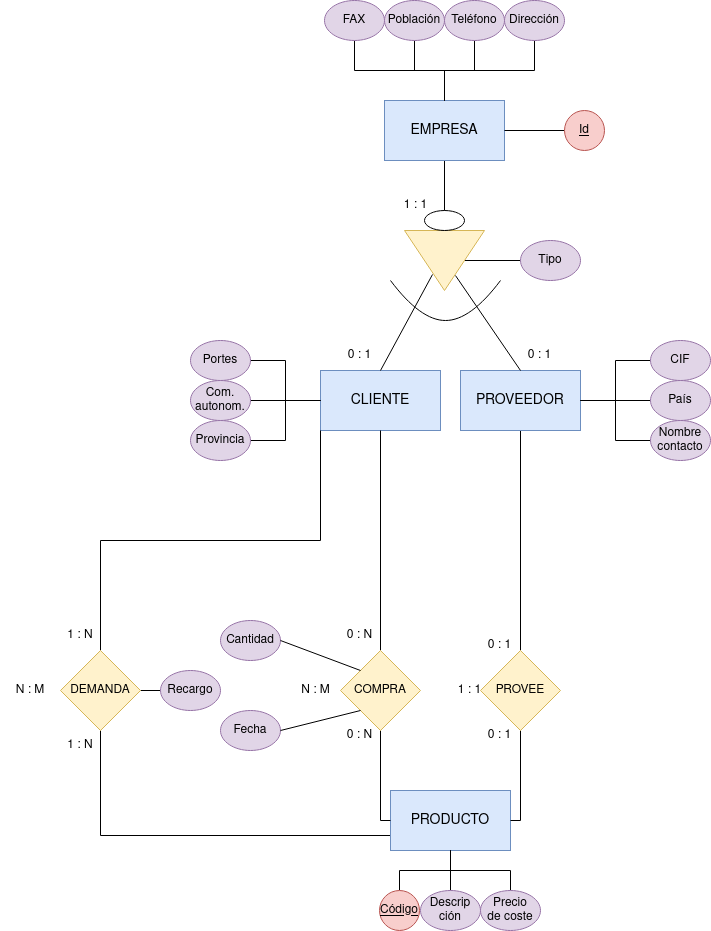
Earlier version of the draw.io export Unidad-2/Tareas-entregables/entregable-4/images/Tarea-entregable-4.png (IsaiasTolP/Base-Datos). Source tidied: cells renumbered, new cells last; positions are measured from the earlier drawing's top-left corner, leaving out a move shared by most shapes. The source it was exported from:
```xml
<mxGraphModel>
  <root>
    <mxCell id="0" />
    <mxCell id="1" parent="0" />
    <mxCell id="2" style="edgeStyle=orthogonalEdgeStyle;rounded=0;jettySize=auto;html=1;endArrow=none;endFill=0;" parent="1" edge="1" source="3" target="15">
      <mxGeometry relative="1" as="geometry" />
    </mxCell>
    <mxCell id="3" value="EMPRESA" style="rounded=0;whiteSpace=wrap;html=1;fontSize=14;fillColor=#dae8fc;strokeColor=#6c8ebf;" parent="1" vertex="1">
      <mxGeometry x="384" y="100" width="120" height="60" as="geometry" />
    </mxCell>
    <mxCell id="4" style="edgeStyle=orthogonalEdgeStyle;rounded=0;jettySize=auto;html=1;endArrow=none;endFill=0;" parent="1" edge="1" source="5" target="3">
      <mxGeometry relative="1" as="geometry" />
    </mxCell>
    <mxCell id="5" value="&lt;u&gt;Id&lt;/u&gt;" style="ellipse;whiteSpace=wrap;html=1;fillColor=#f8cecc;strokeColor=#b85450;" parent="1" vertex="1">
      <mxGeometry x="564" y="110" width="40" height="40" as="geometry" />
    </mxCell>
    <mxCell id="6" style="edgeStyle=orthogonalEdgeStyle;rounded=0;jettySize=auto;html=1;exitX=0.5;exitY=1;exitDx=0;exitDy=0;entryX=0.5;entryY=0;entryDx=0;entryDy=0;endArrow=none;endFill=0;" parent="1" edge="1" source="7" target="3">
      <mxGeometry relative="1" as="geometry" />
    </mxCell>
    <mxCell id="7" value="Dirección" style="ellipse;whiteSpace=wrap;html=1;fillColor=#e1d5e7;strokeColor=#9673a6;" parent="1" vertex="1">
      <mxGeometry x="504" width="60" height="40" as="geometry" />
    </mxCell>
    <mxCell id="8" style="edgeStyle=orthogonalEdgeStyle;rounded=0;jettySize=auto;html=1;endArrow=none;endFill=0;" parent="1" edge="1" source="9" target="3">
      <mxGeometry relative="1" as="geometry" />
    </mxCell>
    <mxCell id="9" value="Teléfono" style="ellipse;whiteSpace=wrap;html=1;fillColor=#e1d5e7;strokeColor=#9673a6;" parent="1" vertex="1">
      <mxGeometry x="444" width="60" height="40" as="geometry" />
    </mxCell>
    <mxCell id="10" style="edgeStyle=orthogonalEdgeStyle;rounded=0;jettySize=auto;html=1;endArrow=none;endFill=0;" parent="1" edge="1" source="11" target="3">
      <mxGeometry relative="1" as="geometry" />
    </mxCell>
    <mxCell id="11" value="Población" style="ellipse;whiteSpace=wrap;html=1;fillColor=#e1d5e7;strokeColor=#9673a6;" parent="1" vertex="1">
      <mxGeometry x="384" width="60" height="40" as="geometry" />
    </mxCell>
    <mxCell id="12" style="edgeStyle=orthogonalEdgeStyle;rounded=0;jettySize=auto;html=1;exitX=0.5;exitY=1;exitDx=0;exitDy=0;entryX=0.5;entryY=0;entryDx=0;entryDy=0;endArrow=none;endFill=0;" parent="1" edge="1" source="13" target="3">
      <mxGeometry relative="1" as="geometry" />
    </mxCell>
    <mxCell id="13" value="FAX" style="ellipse;whiteSpace=wrap;html=1;fillColor=#e1d5e7;strokeColor=#9673a6;" parent="1" vertex="1">
      <mxGeometry x="324" width="60" height="40" as="geometry" />
    </mxCell>
    <mxCell id="14" style="edgeStyle=orthogonalEdgeStyle;rounded=0;jettySize=auto;html=1;exitX=0.5;exitY=0;exitDx=0;exitDy=0;entryX=0;entryY=0.5;entryDx=0;entryDy=0;endArrow=none;endFill=0;" parent="1" edge="1" source="15" target="16">
      <mxGeometry relative="1" as="geometry" />
    </mxCell>
    <mxCell id="15" style="triangle;whiteSpace=wrap;html=1;fillColor=#fff2cc;strokeColor=#d6b656;rotation=90;" parent="1" vertex="1">
      <mxGeometry x="414" y="220" width="60" height="80" as="geometry" />
    </mxCell>
    <mxCell id="16" value="Tipo" style="ellipse;whiteSpace=wrap;html=1;fillColor=#e1d5e7;strokeColor=#9673a6;" parent="1" vertex="1">
      <mxGeometry x="520" y="240" width="60" height="40" as="geometry" />
    </mxCell>
    <mxCell id="17" value="CLIENTE" style="rounded=0;whiteSpace=wrap;html=1;fontSize=14;fillColor=#dae8fc;strokeColor=#6c8ebf;" parent="1" vertex="1">
      <mxGeometry x="320" y="370" width="120" height="60" as="geometry" />
    </mxCell>
    <mxCell id="18" style="edgeStyle=orthogonalEdgeStyle;rounded=0;jettySize=auto;html=1;endArrow=none;endFill=0;" parent="1" edge="1" source="19" target="41">
      <mxGeometry relative="1" as="geometry" />
    </mxCell>
    <mxCell id="19" value="PROVEEDOR" style="rounded=0;whiteSpace=wrap;html=1;fontSize=14;fillColor=#dae8fc;strokeColor=#6c8ebf;" parent="1" vertex="1">
      <mxGeometry x="460" y="370" width="120" height="60" as="geometry" />
    </mxCell>
    <mxCell id="20" style="edgeStyle=orthogonalEdgeStyle;rounded=0;jettySize=auto;html=1;exitX=1;exitY=0.5;exitDx=0;exitDy=0;entryX=0;entryY=0.5;entryDx=0;entryDy=0;endArrow=none;endFill=0;" parent="1" edge="1" source="21" target="17">
      <mxGeometry relative="1" as="geometry" />
    </mxCell>
    <mxCell id="21" value="Provincia" style="ellipse;whiteSpace=wrap;html=1;fillColor=#e1d5e7;strokeColor=#9673a6;" parent="1" vertex="1">
      <mxGeometry x="190" y="420" width="60" height="40" as="geometry" />
    </mxCell>
    <mxCell id="22" style="edgeStyle=orthogonalEdgeStyle;rounded=0;jettySize=auto;html=1;exitX=1;exitY=0.5;exitDx=0;exitDy=0;entryX=0;entryY=0.5;entryDx=0;entryDy=0;endArrow=none;endFill=0;" parent="1" edge="1" source="23" target="17">
      <mxGeometry relative="1" as="geometry" />
    </mxCell>
    <mxCell id="23" value="Portes" style="ellipse;whiteSpace=wrap;html=1;fillColor=#e1d5e7;strokeColor=#9673a6;" parent="1" vertex="1">
      <mxGeometry x="190" y="340" width="60" height="40" as="geometry" />
    </mxCell>
    <mxCell id="24" style="edgeStyle=orthogonalEdgeStyle;rounded=0;jettySize=auto;html=1;endArrow=none;endFill=0;" parent="1" edge="1" source="25" target="17">
      <mxGeometry relative="1" as="geometry" />
    </mxCell>
    <mxCell id="25" value="&lt;div&gt;Com. autonom.&lt;br&gt;&lt;/div&gt;" style="ellipse;whiteSpace=wrap;html=1;fillColor=#e1d5e7;strokeColor=#9673a6;" parent="1" vertex="1">
      <mxGeometry x="190" y="380" width="60" height="40" as="geometry" />
    </mxCell>
    <mxCell id="26" style="edgeStyle=orthogonalEdgeStyle;rounded=0;jettySize=auto;html=1;exitX=0;exitY=0.5;exitDx=0;exitDy=0;entryX=1;entryY=0.5;entryDx=0;entryDy=0;endArrow=none;endFill=0;" parent="1" edge="1" source="27" target="19">
      <mxGeometry relative="1" as="geometry" />
    </mxCell>
    <mxCell id="27" value="CIF" style="ellipse;whiteSpace=wrap;html=1;fillColor=#e1d5e7;strokeColor=#9673a6;" parent="1" vertex="1">
      <mxGeometry x="650" y="340" width="60" height="40" as="geometry" />
    </mxCell>
    <mxCell id="28" style="edgeStyle=orthogonalEdgeStyle;rounded=0;jettySize=auto;html=1;endArrow=none;endFill=0;" parent="1" edge="1" source="29" target="19">
      <mxGeometry relative="1" as="geometry" />
    </mxCell>
    <mxCell id="29" value="País" style="ellipse;whiteSpace=wrap;html=1;fillColor=#e1d5e7;strokeColor=#9673a6;" parent="1" vertex="1">
      <mxGeometry x="650" y="380" width="60" height="40" as="geometry" />
    </mxCell>
    <mxCell id="30" style="edgeStyle=orthogonalEdgeStyle;rounded=0;jettySize=auto;html=1;exitX=0;exitY=0.5;exitDx=0;exitDy=0;entryX=1;entryY=0.5;entryDx=0;entryDy=0;endArrow=none;endFill=0;" parent="1" edge="1" source="31" target="19">
      <mxGeometry relative="1" as="geometry" />
    </mxCell>
    <mxCell id="31" value="Nombre contacto" style="ellipse;whiteSpace=wrap;html=1;fillColor=#e1d5e7;strokeColor=#9673a6;" parent="1" vertex="1">
      <mxGeometry x="650" y="420" width="60" height="40" as="geometry" />
    </mxCell>
    <mxCell id="32" style="edgeStyle=orthogonalEdgeStyle;rounded=0;jettySize=auto;html=1;exitX=0;exitY=0.75;exitDx=0;exitDy=0;entryX=0.5;entryY=1;entryDx=0;entryDy=0;endArrow=none;endFill=0;" parent="1" edge="1" source="33" target="63">
      <mxGeometry relative="1" as="geometry" />
    </mxCell>
    <mxCell id="33" value="PRODUCTO" style="rounded=0;whiteSpace=wrap;html=1;fontSize=14;fillColor=#dae8fc;strokeColor=#6c8ebf;" parent="1" vertex="1">
      <mxGeometry x="390" y="790" width="120" height="60" as="geometry" />
    </mxCell>
    <mxCell id="34" style="edgeStyle=orthogonalEdgeStyle;rounded=0;jettySize=auto;html=1;endArrow=none;endFill=0;" parent="1" edge="1" source="35" target="33">
      <mxGeometry relative="1" as="geometry" />
    </mxCell>
    <mxCell id="35" value="&lt;u&gt;Código&lt;/u&gt;" style="ellipse;whiteSpace=wrap;html=1;fillColor=#f8cecc;strokeColor=#b85450;" parent="1" vertex="1">
      <mxGeometry x="379" y="890" width="40" height="40" as="geometry" />
    </mxCell>
    <mxCell id="36" style="edgeStyle=orthogonalEdgeStyle;rounded=0;jettySize=auto;html=1;endArrow=none;endFill=0;" parent="1" edge="1" source="37" target="33">
      <mxGeometry relative="1" as="geometry" />
    </mxCell>
    <mxCell id="37" value="&lt;div&gt;Descrip&lt;/div&gt;&lt;div&gt;ción&lt;/div&gt;" style="ellipse;whiteSpace=wrap;html=1;fillColor=#e1d5e7;strokeColor=#9673a6;" parent="1" vertex="1">
      <mxGeometry x="420" y="890" width="60" height="40" as="geometry" />
    </mxCell>
    <mxCell id="38" style="edgeStyle=orthogonalEdgeStyle;rounded=0;jettySize=auto;html=1;endArrow=none;endFill=0;" parent="1" edge="1" source="39" target="33">
      <mxGeometry relative="1" as="geometry" />
    </mxCell>
    <mxCell id="39" value="&lt;div&gt;Precio&lt;/div&gt;&lt;div&gt;de coste&lt;br&gt;&lt;/div&gt;" style="ellipse;whiteSpace=wrap;html=1;fillColor=#e1d5e7;strokeColor=#9673a6;" parent="1" vertex="1">
      <mxGeometry x="480" y="890" width="60" height="40" as="geometry" />
    </mxCell>
    <mxCell id="40" style="edgeStyle=orthogonalEdgeStyle;rounded=0;jettySize=auto;html=1;exitX=0.5;exitY=1;exitDx=0;exitDy=0;entryX=1;entryY=0.5;entryDx=0;entryDy=0;endArrow=none;endFill=0;" parent="1" edge="1" source="41" target="33">
      <mxGeometry relative="1" as="geometry">
        <Array as="points">
          <mxPoint x="520" y="820" />
        </Array>
      </mxGeometry>
    </mxCell>
    <mxCell id="41" value="PROVEE" style="rhombus;whiteSpace=wrap;html=1;fillColor=#fff2cc;strokeColor=#d6b656;" parent="1" vertex="1">
      <mxGeometry x="480" y="650" width="80" height="80" as="geometry" />
    </mxCell>
    <mxCell id="42" value="1 : 1" style="text;html=1;align=center;verticalAlign=middle;strokeColor=none;fillColor=none;" parent="1" vertex="1">
      <mxGeometry x="444" y="675" width="50" height="30" as="geometry" />
    </mxCell>
    <mxCell id="43" style="ellipse;whiteSpace=wrap;html=1;" parent="1" vertex="1">
      <mxGeometry x="424" y="210" width="40" height="20" as="geometry" />
    </mxCell>
    <mxCell id="44" style="curved=1;endArrow=none;html=1;rounded=0;endFill=0;" parent="1" edge="1">
      <mxGeometry relative="1" as="geometry">
        <mxPoint x="390" y="280" as="sourcePoint" />
        <mxPoint x="500" y="280" as="targetPoint" />
        <Array as="points">
          <mxPoint x="420" y="320" />
          <mxPoint x="470" y="320" />
        </Array>
      </mxGeometry>
    </mxCell>
    <mxCell id="45" style="endArrow=none;html=1;rounded=0;entryX=0.75;entryY=0.363;entryDx=0;entryDy=0;entryPerimeter=0;exitX=0.5;exitY=0;exitDx=0;exitDy=0;" parent="1" edge="1" source="19" target="15">
      <mxGeometry relative="1" as="geometry" />
    </mxCell>
    <mxCell id="46" style="endArrow=none;html=1;rounded=0;entryX=0.733;entryY=0.65;entryDx=0;entryDy=0;entryPerimeter=0;exitX=0.5;exitY=0;exitDx=0;exitDy=0;" parent="1" edge="1" source="17" target="15">
      <mxGeometry relative="1" as="geometry" />
    </mxCell>
    <mxCell id="47" value="1 : 1" style="text;html=1;align=center;verticalAlign=middle;strokeColor=none;fillColor=none;" parent="1" vertex="1">
      <mxGeometry x="390" y="190" width="50" height="30" as="geometry" />
    </mxCell>
    <mxCell id="48" value="0 : 1" style="text;html=1;align=center;verticalAlign=middle;strokeColor=none;fillColor=none;" parent="1" vertex="1">
      <mxGeometry x="334" y="340" width="50" height="30" as="geometry" />
    </mxCell>
    <mxCell id="49" value="0 : 1" style="text;html=1;align=center;verticalAlign=middle;strokeColor=none;fillColor=none;" parent="1" vertex="1">
      <mxGeometry x="514" y="340" width="50" height="30" as="geometry" />
    </mxCell>
    <mxCell id="50" value="0 : 1" style="text;html=1;align=center;verticalAlign=middle;strokeColor=none;fillColor=none;" parent="1" vertex="1">
      <mxGeometry x="474" y="630" width="50" height="30" as="geometry" />
    </mxCell>
    <mxCell id="51" value="0 : 1" style="text;html=1;align=center;verticalAlign=middle;strokeColor=none;fillColor=none;" parent="1" vertex="1">
      <mxGeometry x="474" y="720" width="50" height="30" as="geometry" />
    </mxCell>
    <mxCell id="52" style="edgeStyle=orthogonalEdgeStyle;rounded=0;jettySize=auto;html=1;exitX=0;exitY=0.5;exitDx=0;exitDy=0;entryX=1;entryY=0.5;entryDx=0;entryDy=0;endArrow=none;endFill=0;" parent="1" edge="1" source="53" target="63">
      <mxGeometry relative="1" as="geometry" />
    </mxCell>
    <mxCell id="53" value="Recargo" style="ellipse;whiteSpace=wrap;html=1;fillColor=#e1d5e7;strokeColor=#9673a6;" parent="1" vertex="1">
      <mxGeometry x="160" y="670" width="60" height="40" as="geometry" />
    </mxCell>
    <mxCell id="54" style="edgeStyle=orthogonalEdgeStyle;rounded=0;jettySize=auto;html=1;exitX=0.5;exitY=1;exitDx=0;exitDy=0;entryX=0;entryY=0.5;entryDx=0;entryDy=0;endArrow=none;endFill=0;" parent="1" edge="1" source="56" target="33">
      <mxGeometry relative="1" as="geometry">
        <Array as="points">
          <mxPoint x="380" y="820" />
        </Array>
      </mxGeometry>
    </mxCell>
    <mxCell id="55" style="edgeStyle=orthogonalEdgeStyle;rounded=0;jettySize=auto;html=1;exitX=0.5;exitY=0;exitDx=0;exitDy=0;entryX=0.5;entryY=1;entryDx=0;entryDy=0;endArrow=none;endFill=0;" parent="1" edge="1" source="56" target="17">
      <mxGeometry relative="1" as="geometry" />
    </mxCell>
    <mxCell id="56" value="COMPRA" style="rhombus;whiteSpace=wrap;html=1;fillColor=#fff2cc;strokeColor=#d6b656;" parent="1" vertex="1">
      <mxGeometry x="340" y="650" width="80" height="80" as="geometry" />
    </mxCell>
    <mxCell id="57" value="Cantidad" style="ellipse;whiteSpace=wrap;html=1;fillColor=#e1d5e7;strokeColor=#9673a6;" parent="1" vertex="1">
      <mxGeometry x="220" y="620" width="60" height="40" as="geometry" />
    </mxCell>
    <mxCell id="58" value="Fecha" style="ellipse;whiteSpace=wrap;html=1;fillColor=#e1d5e7;strokeColor=#9673a6;" parent="1" vertex="1">
      <mxGeometry x="220" y="710" width="60" height="40" as="geometry" />
    </mxCell>
    <mxCell id="59" value="0 : N" style="text;html=1;align=center;verticalAlign=middle;strokeColor=none;fillColor=none;" parent="1" vertex="1">
      <mxGeometry x="334" y="720" width="50" height="30" as="geometry" />
    </mxCell>
    <mxCell id="60" value="0 : N" style="text;html=1;align=center;verticalAlign=middle;strokeColor=none;fillColor=none;" parent="1" vertex="1">
      <mxGeometry x="334" y="620" width="50" height="30" as="geometry" />
    </mxCell>
    <mxCell id="61" value="N : M" style="text;html=1;align=center;verticalAlign=middle;strokeColor=none;fillColor=none;" parent="1" vertex="1">
      <mxGeometry x="290" y="675" width="50" height="30" as="geometry" />
    </mxCell>
    <mxCell id="62" style="edgeStyle=orthogonalEdgeStyle;rounded=0;jettySize=auto;html=1;exitX=0.5;exitY=0;exitDx=0;exitDy=0;entryX=0;entryY=1;entryDx=0;entryDy=0;endArrow=none;endFill=0;" parent="1" edge="1" source="63" target="17">
      <mxGeometry relative="1" as="geometry" />
    </mxCell>
    <mxCell id="63" value="DEMANDA" style="rhombus;whiteSpace=wrap;html=1;fillColor=#fff2cc;strokeColor=#d6b656;" parent="1" vertex="1">
      <mxGeometry x="60" y="650" width="80" height="80" as="geometry" />
    </mxCell>
    <mxCell id="64" style="endArrow=none;html=1;rounded=0;entryX=1;entryY=0.5;entryDx=0;entryDy=0;exitX=0;exitY=0;exitDx=0;exitDy=0;" parent="1" edge="1" source="56" target="57">
      <mxGeometry relative="1" as="geometry" />
    </mxCell>
    <mxCell id="65" style="endArrow=none;html=1;rounded=0;entryX=0;entryY=1;entryDx=0;entryDy=0;exitX=1;exitY=0.5;exitDx=0;exitDy=0;" parent="1" edge="1" source="58" target="56">
      <mxGeometry relative="1" as="geometry" />
    </mxCell>
    <mxCell id="66" value="1 : N" style="text;html=1;strokeColor=none;fillColor=none;align=center;verticalAlign=middle;whiteSpace=wrap;rounded=0;" parent="1" vertex="1">
      <mxGeometry x="50" y="730" width="60" height="30" as="geometry" />
    </mxCell>
    <mxCell id="67" value="1 : N" style="text;html=1;strokeColor=none;fillColor=none;align=center;verticalAlign=middle;whiteSpace=wrap;rounded=0;" parent="1" vertex="1">
      <mxGeometry x="50" y="620" width="60" height="30" as="geometry" />
    </mxCell>
    <mxCell id="68" value="N : M" style="text;html=1;strokeColor=none;fillColor=none;align=center;verticalAlign=middle;whiteSpace=wrap;rounded=0;" parent="1" vertex="1">
      <mxGeometry y="675" width="60" height="30" as="geometry" />
    </mxCell>
  </root>
</mxGraphModel>
```
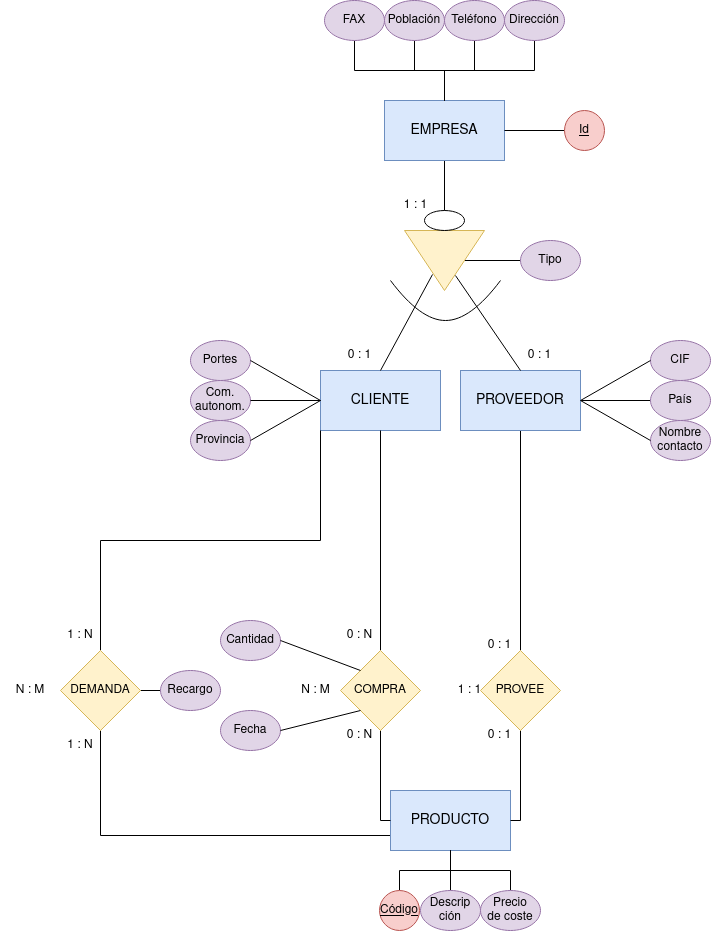
After the change.

Change to the diagram source:
```diff
@@ -53,42 +53,27 @@
     <mxCell id="18" style="edgeStyle=orthogonalEdgeStyle;rounded=0;jettySize=auto;html=1;endArrow=none;endFill=0;" parent="1" edge="1" source="19" target="41">
       <mxGeometry relative="1" as="geometry" />
     </mxCell>
+    <mxCell id="69" style="edgeStyle=orthogonalEdgeStyle;rounded=0;jettySize=auto;html=1;exitX=1;exitY=0.5;exitDx=0;exitDy=0;entryX=0;entryY=0.5;entryDx=0;entryDy=0;endArrow=none;endFill=0;" parent="1" edge="1" source="19" target="29">
+      <mxGeometry relative="1" as="geometry" />
+    </mxCell>
     <mxCell id="19" value="PROVEEDOR" style="rounded=0;whiteSpace=wrap;html=1;fontSize=14;fillColor=#dae8fc;strokeColor=#6c8ebf;" parent="1" vertex="1">
       <mxGeometry x="460" y="370" width="120" height="60" as="geometry" />
     </mxCell>
-    <mxCell id="20" style="edgeStyle=orthogonalEdgeStyle;rounded=0;jettySize=auto;html=1;exitX=1;exitY=0.5;exitDx=0;exitDy=0;entryX=0;entryY=0.5;entryDx=0;entryDy=0;endArrow=none;endFill=0;" parent="1" edge="1" source="21" target="17">
-      <mxGeometry relative="1" as="geometry" />
-    </mxCell>
     <mxCell id="21" value="Provincia" style="ellipse;whiteSpace=wrap;html=1;fillColor=#e1d5e7;strokeColor=#9673a6;" parent="1" vertex="1">
       <mxGeometry x="190" y="420" width="60" height="40" as="geometry" />
     </mxCell>
-    <mxCell id="22" style="edgeStyle=orthogonalEdgeStyle;rounded=0;jettySize=auto;html=1;exitX=1;exitY=0.5;exitDx=0;exitDy=0;entryX=0;entryY=0.5;entryDx=0;entryDy=0;endArrow=none;endFill=0;" parent="1" edge="1" source="23" target="17">
-      <mxGeometry relative="1" as="geometry" />
-    </mxCell>
     <mxCell id="23" value="Portes" style="ellipse;whiteSpace=wrap;html=1;fillColor=#e1d5e7;strokeColor=#9673a6;" parent="1" vertex="1">
       <mxGeometry x="190" y="340" width="60" height="40" as="geometry" />
     </mxCell>
-    <mxCell id="24" style="edgeStyle=orthogonalEdgeStyle;rounded=0;jettySize=auto;html=1;endArrow=none;endFill=0;" parent="1" edge="1" source="25" target="17">
-      <mxGeometry relative="1" as="geometry" />
-    </mxCell>
     <mxCell id="25" value="&lt;div&gt;Com. autonom.&lt;br&gt;&lt;/div&gt;" style="ellipse;whiteSpace=wrap;html=1;fillColor=#e1d5e7;strokeColor=#9673a6;" parent="1" vertex="1">
       <mxGeometry x="190" y="380" width="60" height="40" as="geometry" />
     </mxCell>
-    <mxCell id="26" style="edgeStyle=orthogonalEdgeStyle;rounded=0;jettySize=auto;html=1;exitX=0;exitY=0.5;exitDx=0;exitDy=0;entryX=1;entryY=0.5;entryDx=0;entryDy=0;endArrow=none;endFill=0;" parent="1" edge="1" source="27" target="19">
-      <mxGeometry relative="1" as="geometry" />
-    </mxCell>
     <mxCell id="27" value="CIF" style="ellipse;whiteSpace=wrap;html=1;fillColor=#e1d5e7;strokeColor=#9673a6;" parent="1" vertex="1">
       <mxGeometry x="650" y="340" width="60" height="40" as="geometry" />
     </mxCell>
-    <mxCell id="28" style="edgeStyle=orthogonalEdgeStyle;rounded=0;jettySize=auto;html=1;endArrow=none;endFill=0;" parent="1" edge="1" source="29" target="19">
-      <mxGeometry relative="1" as="geometry" />
-    </mxCell>
     <mxCell id="29" value="País" style="ellipse;whiteSpace=wrap;html=1;fillColor=#e1d5e7;strokeColor=#9673a6;" parent="1" vertex="1">
       <mxGeometry x="650" y="380" width="60" height="40" as="geometry" />
     </mxCell>
-    <mxCell id="30" style="edgeStyle=orthogonalEdgeStyle;rounded=0;jettySize=auto;html=1;exitX=0;exitY=0.5;exitDx=0;exitDy=0;entryX=1;entryY=0.5;entryDx=0;entryDy=0;endArrow=none;endFill=0;" parent="1" edge="1" source="31" target="19">
-      <mxGeometry relative="1" as="geometry" />
-    </mxCell>
     <mxCell id="31" value="Nombre contacto" style="ellipse;whiteSpace=wrap;html=1;fillColor=#e1d5e7;strokeColor=#9673a6;" parent="1" vertex="1">
       <mxGeometry x="650" y="420" width="60" height="40" as="geometry" />
     </mxCell>
@@ -218,5 +203,20 @@
     <mxCell id="68" value="N : M" style="text;html=1;strokeColor=none;fillColor=none;align=center;verticalAlign=middle;whiteSpace=wrap;rounded=0;" parent="1" vertex="1">
       <mxGeometry y="675" width="60" height="30" as="geometry" />
     </mxCell>
+    <mxCell id="20" style="endArrow=none;html=1;rounded=0;entryX=0;entryY=0.5;entryDx=0;entryDy=0;exitX=1;exitY=0.5;exitDx=0;exitDy=0;" parent="1" edge="1" source="21" target="17">
+      <mxGeometry relative="1" as="geometry" />
+    </mxCell>
+    <mxCell id="24" style="endArrow=none;html=1;rounded=0;entryX=0;entryY=0.5;entryDx=0;entryDy=0;exitX=1;exitY=0.5;exitDx=0;exitDy=0;" parent="1" edge="1" source="25" target="17">
+      <mxGeometry relative="1" as="geometry" />
+    </mxCell>
+    <mxCell id="22" style="endArrow=none;html=1;rounded=0;entryX=0;entryY=0.5;entryDx=0;entryDy=0;exitX=1;exitY=0.5;exitDx=0;exitDy=0;" parent="1" edge="1" source="23" target="17">
+      <mxGeometry relative="1" as="geometry" />
+    </mxCell>
+    <mxCell id="70" style="endArrow=none;html=1;rounded=0;entryX=0;entryY=0.5;entryDx=0;entryDy=0;exitX=1;exitY=0.5;exitDx=0;exitDy=0;" parent="1" edge="1" source="19" target="31">
+      <mxGeometry relative="1" as="geometry" />
+    </mxCell>
+    <mxCell id="71" style="endArrow=none;html=1;rounded=0;entryX=0;entryY=0.5;entryDx=0;entryDy=0;exitX=1;exitY=0.5;exitDx=0;exitDy=0;" parent="1" edge="1" source="19" target="27">
+      <mxGeometry relative="1" as="geometry" />
+    </mxCell>
   </root>
 </mxGraphModel>
```
